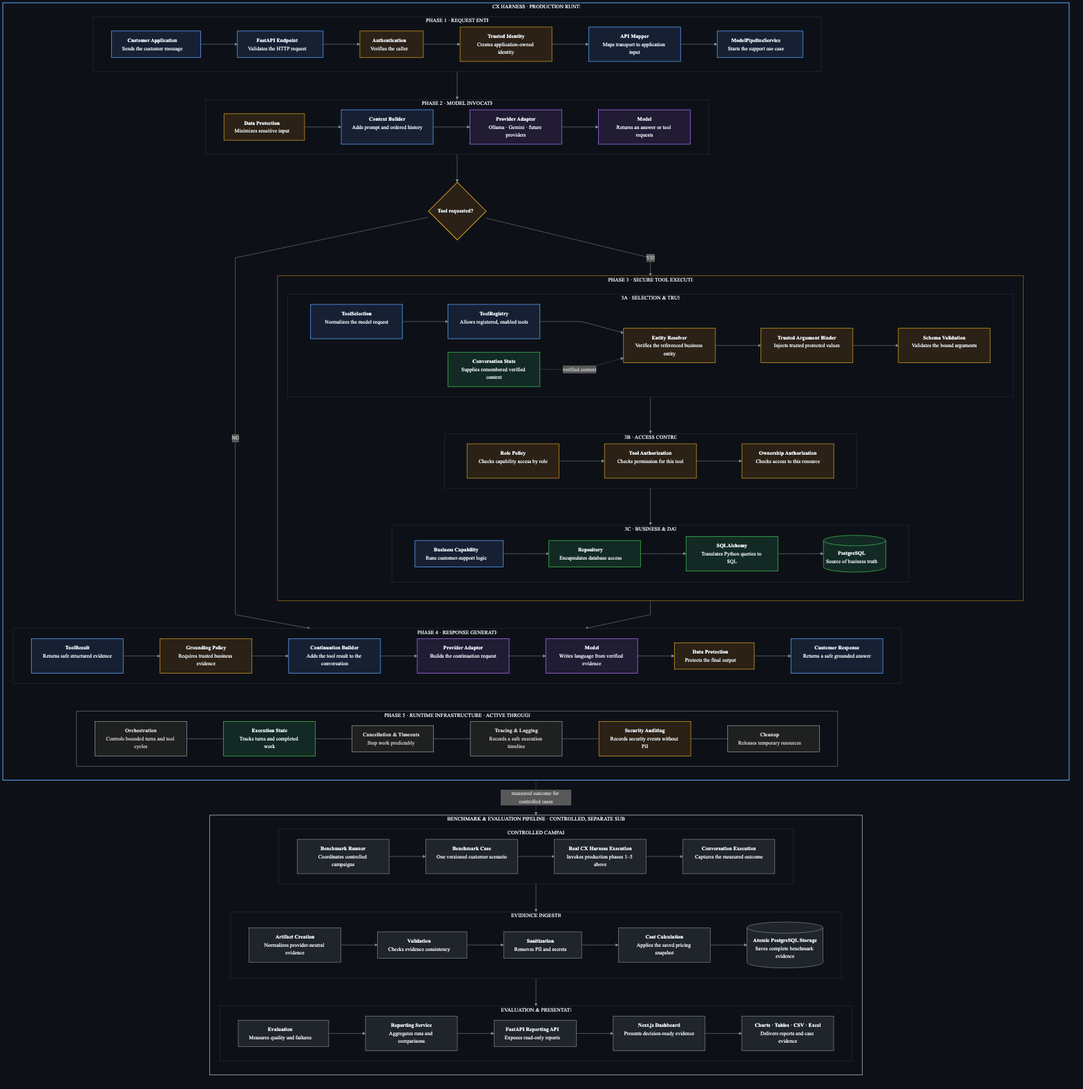
This is docs/assets/architecture/cx-harness-master-architecture.png from sara-aldesouky/cx-harness, a Mermaid export, as it was before one commit. Its source is kept beside it as docs/cx-harness-master-architecture.mmd.
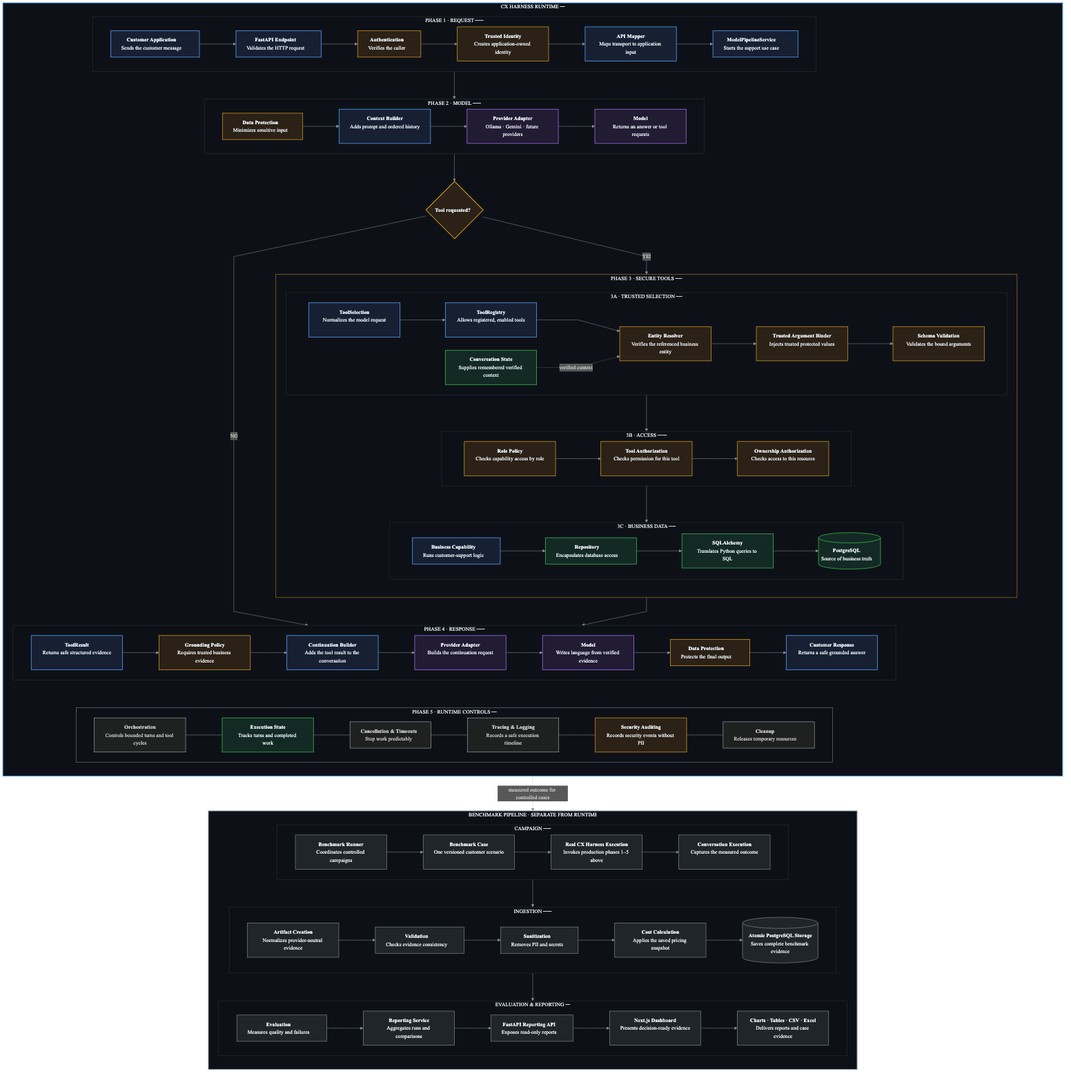
The same file after the commit.

Commit message:
Fix clipped architecture diagram labels

The edit, as a diff of the source:
```diff
@@ -1,10 +1,10 @@
 %%{init: {"theme":"dark","flowchart":{"curve":"linear","nodeSpacing":38,"rankSpacing":54,"htmlLabels":true},"themeVariables":{"background":"#0d1117","primaryColor":"#21262d","primaryTextColor":"#e6edf3","primaryBorderColor":"#8b949e","lineColor":"#8b949e","secondaryColor":"#161b22","tertiaryColor":"#161b22","clusterBkg":"#0d1117","clusterBorder":"#30363d","fontFamily":"Arial, sans-serif","fontSize":"15px"}}}%%
 flowchart TB
 
-  subgraph RUNTIME["CX HARNESS · PRODUCTION RUNTIME"]
+  subgraph RUNTIME["CX HARNESS RUNTIME ───"]
     direction TB
 
-    subgraph ENTRY["PHASE 1 · REQUEST ENTRY"]
+    subgraph ENTRY["PHASE 1 · REQUEST ───"]
       direction LR
       CUSTOMER["<b>Customer Application</b><br/>Sends the customer message"]
       API["<b>FastAPI Endpoint</b><br/>Validates the HTTP request"]
@@ -15,7 +15,7 @@
       CUSTOMER --> API --> AUTHN --> IDENTITY --> MAPPER --> SERVICE
     end
 
-    subgraph INVOCATION["PHASE 2 · MODEL INVOCATION"]
+    subgraph INVOCATION["PHASE 2 · MODEL ───"]
       direction LR
       PRIVIN["<b>Data Protection</b><br/>Minimizes sensitive input"]
       CONTEXT["<b>Context Builder</b><br/>Adds prompt and ordered history"]
@@ -26,9 +26,9 @@
 
     TOOLQ{"<b>Tool requested?</b>"}
 
-    subgraph SECURE["PHASE 3 · SECURE TOOL EXECUTION"]
+    subgraph SECURE["PHASE 3 · SECURE TOOLS ───"]
       direction TB
-      subgraph TRUST["3A · SELECTION & TRUST"]
+      subgraph TRUST["3A · TRUSTED SELECTION ───"]
         direction LR
         SELECTION["<b>ToolSelection</b><br/>Normalizes the model request"]
         REGISTRY["<b>ToolRegistry</b><br/>Allows registered, enabled tools"]
@@ -38,14 +38,14 @@
         SCHEMA["<b>Schema Validation</b><br/>Validates the bound arguments"]
         SELECTION --> REGISTRY --> RESOLVER --> BINDER --> SCHEMA
       end
-      subgraph ACCESS["3B · ACCESS CONTROL"]
+      subgraph ACCESS["3B · ACCESS ───"]
         direction LR
         ROLE["<b>Role Policy</b><br/>Checks capability access by role"]
         TOOLA["<b>Tool Authorization</b><br/>Checks permission for this tool"]
         OWNER["<b>Ownership Authorization</b><br/>Checks access to this resource"]
         ROLE --> TOOLA --> OWNER
       end
-      subgraph BUSINESS["3C · BUSINESS & DATA"]
+      subgraph BUSINESS["3C · BUSINESS DATA ───"]
         direction LR
         CAPABILITY["<b>Business Capability</b><br/>Runs customer-support logic"]
         REPOSITORY["<b>Repository</b><br/>Encapsulates database access"]
@@ -59,7 +59,7 @@
       STATE -. "verified context" .-> RESOLVER
     end
 
-    subgraph RESPONSE["PHASE 4 · RESPONSE GENERATION"]
+    subgraph RESPONSE["PHASE 4 · RESPONSE ───"]
       direction LR
       RESULT["<b>ToolResult</b><br/>Returns safe structured evidence"]
       GROUND["<b>Grounding Policy</b><br/>Requires trusted business evidence"]
@@ -71,7 +71,7 @@
       RESULT --> GROUND --> CONTINUE --> PROVIDER2 --> QWEN2 --> PRIVOUT --> FINAL
     end
 
-    subgraph INFRA["PHASE 5 · RUNTIME INFRASTRUCTURE · ACTIVE THROUGHOUT"]
+    subgraph INFRA["PHASE 5 · RUNTIME CONTROLS ───"]
       direction LR
       ORCH["<b>Orchestration</b><br/>Controls bounded turns and tool cycles"]
       EXECSTATE["<b>Execution State</b><br/>Tracks turns and completed work"]
@@ -90,9 +90,9 @@
     FINAL ~~~ ORCH
   end
 
-  subgraph BENCHMARK["BENCHMARK & EVALUATION PIPELINE · CONTROLLED, SEPARATE SUBSYSTEM"]
+  subgraph BENCHMARK["BENCHMARK PIPELINE · SEPARATE FROM RUNTIME ───"]
     direction TB
-    subgraph CAMPAIGN["CONTROLLED CAMPAIGN"]
+    subgraph CAMPAIGN["CAMPAIGN ───"]
       direction LR
       RUNNER["<b>Benchmark Runner</b><br/>Coordinates controlled campaigns"]
       CASE["<b>Benchmark Case</b><br/>One versioned customer scenario"]
@@ -100,7 +100,7 @@
       EXECUTION["<b>Conversation Execution</b><br/>Captures the measured outcome"]
       RUNNER --> CASE --> REAL --> EXECUTION
     end
-    subgraph INGEST["EVIDENCE INGESTION"]
+    subgraph INGEST["INGESTION ───"]
       direction LR
       ARTIFACT["<b>Artifact Creation</b><br/>Normalizes provider-neutral evidence"]
       VALIDATE["<b>Validation</b><br/>Checks evidence consistency"]
@@ -109,7 +109,7 @@
       STORE[("<b>Atomic PostgreSQL Storage</b><br/>Saves complete benchmark evidence")]
       ARTIFACT --> VALIDATE --> SANITIZE --> COST --> STORE
     end
-    subgraph ANALYTICS["EVALUATION & PRESENTATION"]
+    subgraph ANALYTICS["EVALUATION & REPORTING ───"]
       direction LR
       EVALUATE["<b>Evaluation</b><br/>Measures quality and failures"]
       REPORTING["<b>Reporting Service</b><br/>Aggregates runs and comparisons"]
```
